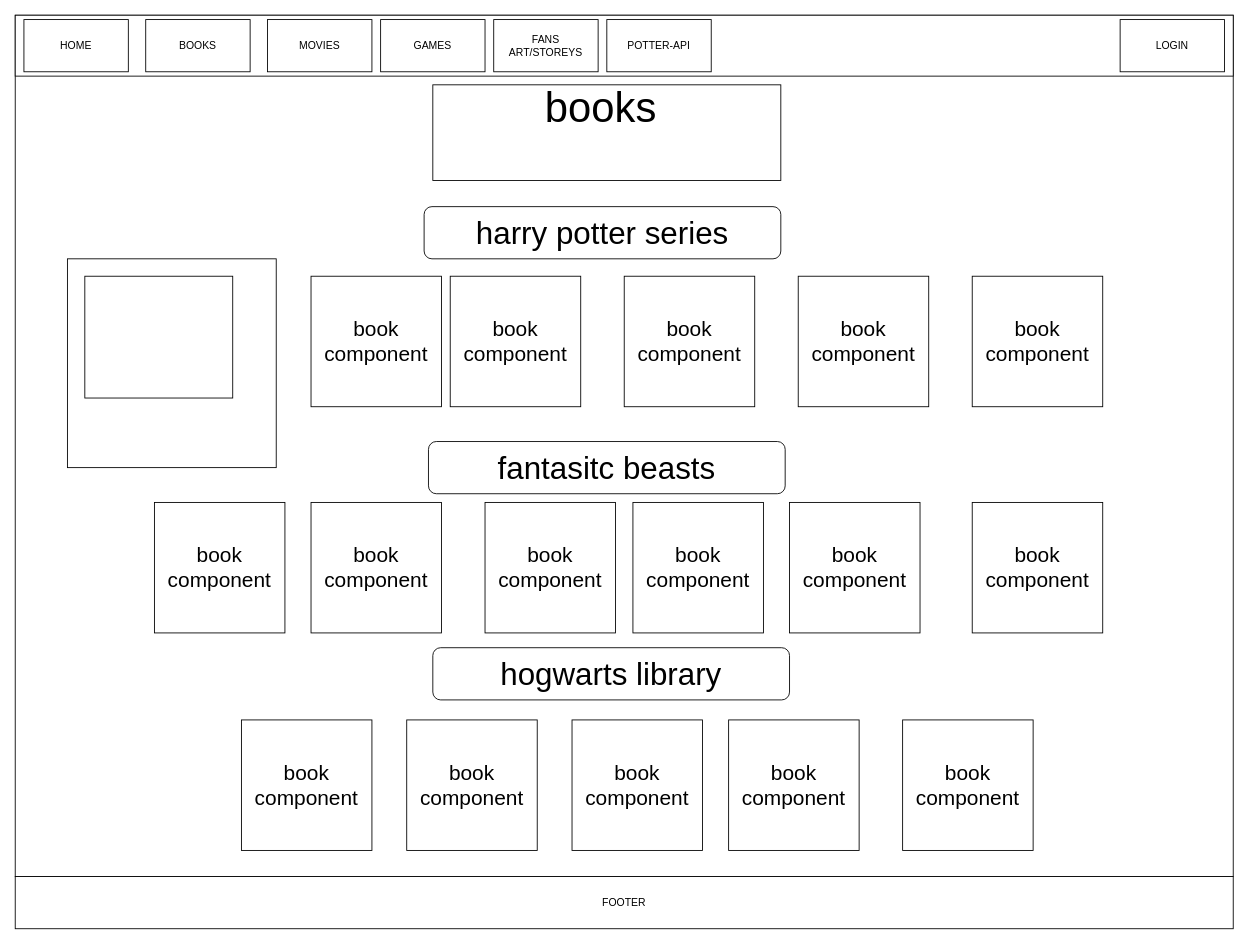
Above: page "BOOKS" (2 of 6) of pseudo/Mock site.drawio in t-bendet/potter-front-end-react (draw.io), before the change. Source tidied: cells renumbered, new cells numbered last; positions are measured from the earlier drawing's top-left corner, leaving out a move shared by most shapes. Both pictures are drawn from the tidied source at 87%, with x=0, y=0 at pixel (15, 15).
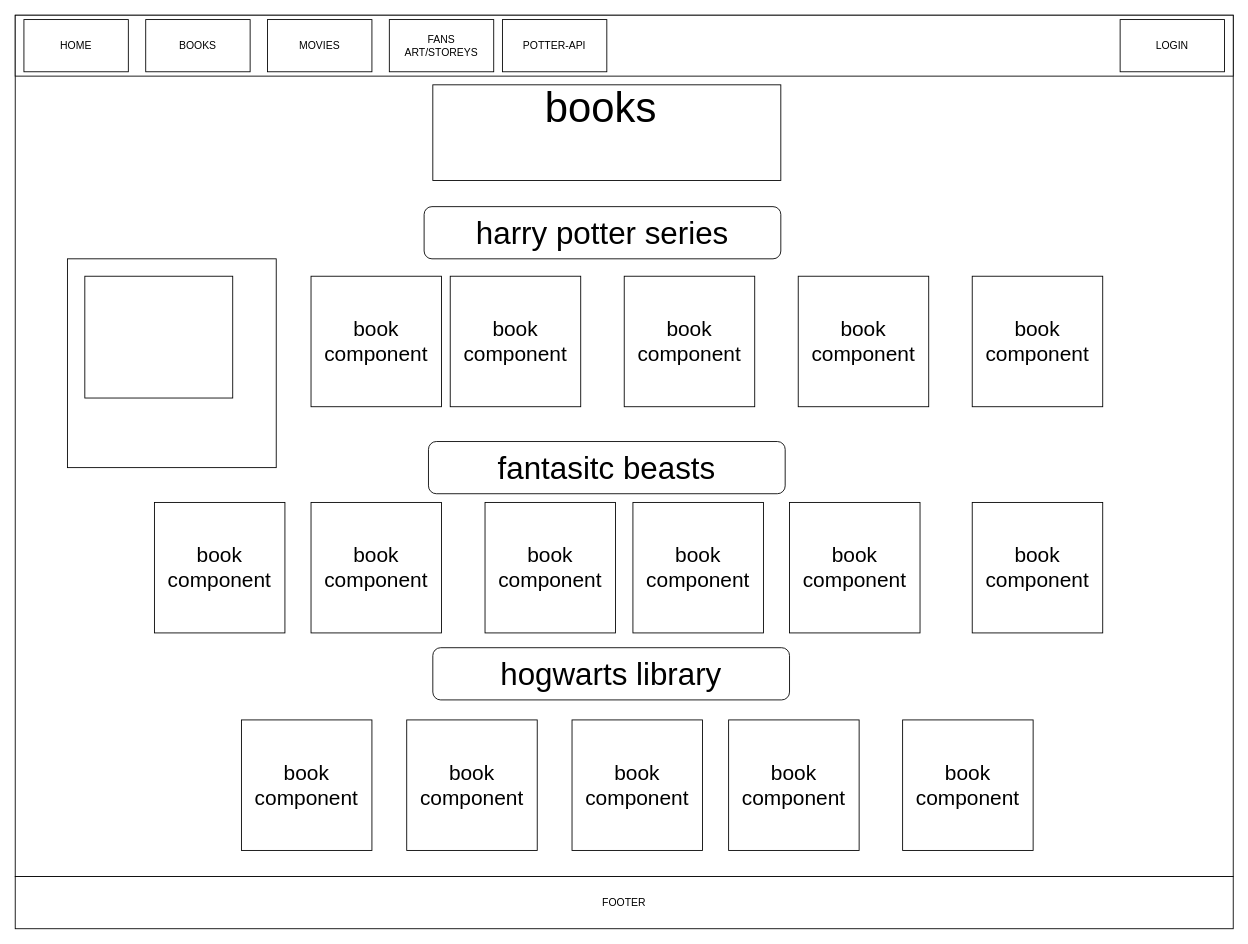
The same diagram, later.

The edit, as a diff of the source:
```diff
@@
-    <mxCell id="6" value="GAMES&lt;br&gt;" style="rounded=0;whiteSpace=wrap;html=1;" parent="1" vertex="1">
-      <mxGeometry x="420" y="5" width="120" height="60" as="geometry" />
-    </mxCell>
@@
     <mxCell id="8" value="FANS ART/STOREYS" style="rounded=0;whiteSpace=wrap;html=1;" parent="1" vertex="1">
-      <mxGeometry x="550" y="5" width="120" height="60" as="geometry" />
+      <mxGeometry x="430" y="5" width="120" height="60" as="geometry" />
     </mxCell>
     <mxCell id="9" value="POTTER-API" style="rounded=0;whiteSpace=wrap;html=1;" parent="1" vertex="1">
-      <mxGeometry x="680" y="5" width="120" height="60" as="geometry" />
+      <mxGeometry x="560" y="5" width="120" height="60" as="geometry" />
     </mxCell>
```
